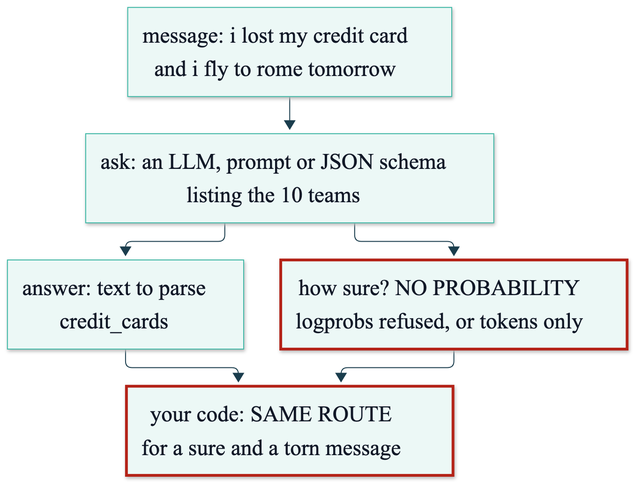
The Mermaid diagram course/diagrams/module_01/p1-problem-llm-text.png in axel-sirota/getting_started_jev, before a commit. Its source is kept beside it as course/diagrams/module_01/p1-problem-llm-text.mmd.
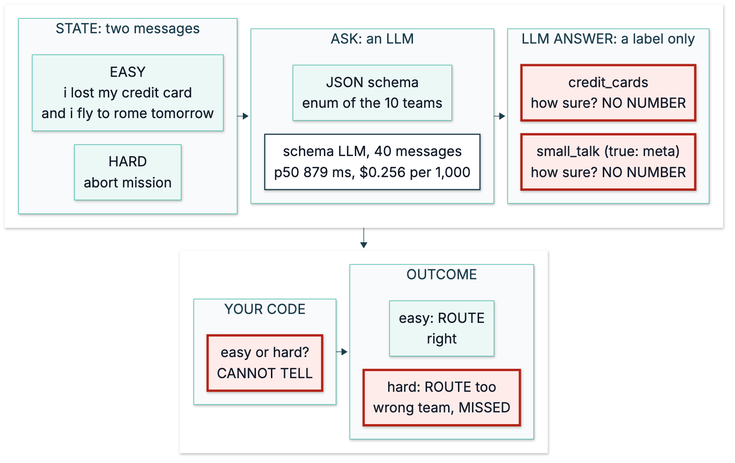
The same file after the commit.

Change to the diagram source:
```diff
@@ -1,9 +1,46 @@
 %%{init: {"theme": "base", "themeVariables": {"fontFamily": "Inter, sans-serif", "primaryColor": "#ECF8F6", "primaryBorderColor": "#40B8A6", "primaryTextColor": "#111827", "lineColor": "#1A3D4D", "secondaryColor": "#F9FAFB", "tertiaryColor": "#FFFFFF", "clusterBkg": "#F9FAFB", "clusterBorder": "#D1D5DB", "actorBkg": "#ECF8F6", "actorBorder": "#40B8A6", "noteBkgColor": "#FFF6DA", "noteBorderColor": "#E0B84C"}}}%%
-flowchart TD
-  M["message: i lost my credit card<br/>and i fly to rome tomorrow"] --> Q["ask: an LLM, prompt or JSON schema<br/>listing the 10 teams"]
-  Q --> A["answer: text to parse<br/>credit_cards"]
-  Q --> P["how sure? NO PROBABILITY<br/>logprobs refused, or tokens only"]
-  A --> C["your code: SAME ROUTE<br/>for a sure and a torn message"]
-  P --> C
-  style P stroke:#B42318,stroke-width:3px
-  style C stroke:#B42318,stroke-width:3px
+flowchart TB
+  subgraph TOP[" "]
+    direction LR
+    subgraph STATE["STATE: two messages"]
+      direction TB
+      M1["EASY<br/>i lost my credit card<br/>and i fly to rome tomorrow"]
+      M2["HARD<br/>abort mission"]
+      M1 ~~~ M2
+    end
+    subgraph ASK["ASK: an LLM"]
+      direction TB
+      Q["JSON schema<br/>enum of the 10 teams"]
+      K["schema LLM, 40 messages<br/>p50 879 ms, $0.256 per 1,000"]
+      Q ~~~ K
+    end
+    subgraph ANSWER["LLM ANSWER: a label only"]
+      direction TB
+      A1["credit_cards<br/>how sure? NO NUMBER"]
+      A2["small_talk (true: meta)<br/>how sure? NO NUMBER"]
+      A1 ~~~ A2
+    end
+    STATE --> ASK --> ANSWER
+  end
+  subgraph BOTTOM[" "]
+    direction LR
+    subgraph CODE["YOUR CODE"]
+      direction TB
+      C["easy or hard?<br/>CANNOT TELL"]
+    end
+    subgraph OUTCOME["OUTCOME"]
+      direction TB
+      O1["easy: ROUTE<br/>right"]
+      O2["hard: ROUTE too<br/>wrong team, MISSED"]
+      O1 ~~~ O2
+    end
+    CODE --> OUTCOME
+  end
+  TOP --> BOTTOM
+
+  classDef fail fill:#FDECEA,stroke:#B42318,stroke-width:4px
+  classDef num fill:#FFFFFF,stroke:#1A3D4D,stroke-width:2px
+  class A1,A2,C,O2 fail
+  class K num
+  style TOP fill:#FFFFFF,stroke:#FFFFFF
+  style BOTTOM fill:#FFFFFF,stroke:#FFFFFF
```
